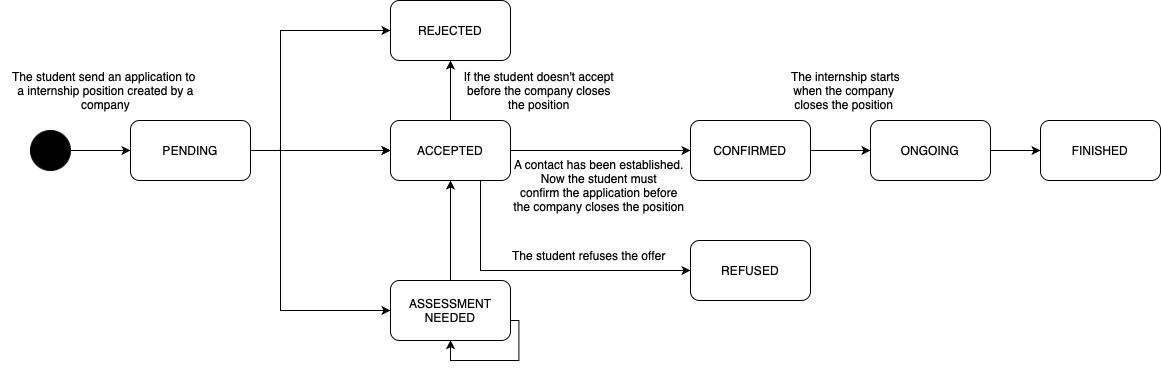
Before: RASD/Images/StudentPOV.png, a diagram exported from draw.io (edogriba/GribaldoRosa). Source tidied: cells renumbered, new cells last; positions are measured from the earlier drawing's top-left corner, leaving out a move shared by most shapes. Source of this version:
```xml
<mxGraphModel>
  <root>
    <mxCell id="0" />
    <mxCell id="1" parent="0" />
    <mxCell id="2" style="edgeStyle=orthogonalEdgeStyle;rounded=0;jettySize=auto;html=1;" parent="1" edge="1" source="5" target="12">
      <mxGeometry relative="1" as="geometry" />
    </mxCell>
    <mxCell id="3" style="edgeStyle=orthogonalEdgeStyle;rounded=0;jettySize=auto;html=1;" parent="1" edge="1" source="5" target="12">
      <mxGeometry relative="1" as="geometry" />
    </mxCell>
    <mxCell id="4" style="edgeStyle=orthogonalEdgeStyle;rounded=0;jettySize=auto;html=1;entryX=0;entryY=0.5;entryDx=0;entryDy=0;" parent="1" edge="1" source="5" target="13">
      <mxGeometry relative="1" as="geometry">
        <Array as="points">
          <mxPoint x="280" y="150" />
          <mxPoint x="280" y="30" />
        </Array>
      </mxGeometry>
    </mxCell>
    <mxCell id="5" value="PENDING" style="rounded=1;whiteSpace=wrap;html=1;" parent="1" vertex="1">
      <mxGeometry x="130" y="120" width="120" height="60" as="geometry" />
    </mxCell>
    <mxCell id="6" style="edgeStyle=orthogonalEdgeStyle;rounded=0;jettySize=auto;html=1;entryX=0.5;entryY=1;entryDx=0;entryDy=0;" parent="1" edge="1" source="8" target="12">
      <mxGeometry relative="1" as="geometry">
        <Array as="points">
          <mxPoint x="450" y="220" />
          <mxPoint x="450" y="220" />
        </Array>
      </mxGeometry>
    </mxCell>
    <mxCell id="7" style="edgeStyle=orthogonalEdgeStyle;rounded=0;orthogonalLoop=1;jettySize=auto;html=1;entryX=0.597;entryY=0.993;entryDx=0;entryDy=0;entryPerimeter=0;" parent="1" edge="1">
      <mxGeometry relative="1" as="geometry">
        <mxPoint x="498.4" y="320" as="sourcePoint" />
        <mxPoint x="450" y="339.6" as="targetPoint" />
        <Array as="points">
          <mxPoint x="518.4" y="320" />
          <mxPoint x="518.4" y="360" />
          <mxPoint x="450.4" y="360" />
        </Array>
      </mxGeometry>
    </mxCell>
    <mxCell id="8" value="ASSESSMENT NEEDED" style="rounded=1;whiteSpace=wrap;html=1;" parent="1" vertex="1">
      <mxGeometry x="390" y="280" width="120" height="60" as="geometry" />
    </mxCell>
    <mxCell id="9" style="edgeStyle=orthogonalEdgeStyle;rounded=0;jettySize=auto;html=1;" parent="1" edge="1" source="12" target="19">
      <mxGeometry relative="1" as="geometry" />
    </mxCell>
    <mxCell id="10" style="edgeStyle=orthogonalEdgeStyle;rounded=0;jettySize=auto;html=1;entryX=0.5;entryY=1;entryDx=0;entryDy=0;" parent="1" edge="1" source="12" target="13">
      <mxGeometry relative="1" as="geometry" />
    </mxCell>
    <mxCell id="11" style="edgeStyle=orthogonalEdgeStyle;rounded=0;jettySize=auto;html=1;exitX=0.75;exitY=1;exitDx=0;exitDy=0;entryX=0;entryY=0.5;entryDx=0;entryDy=0;" parent="1" edge="1" source="12" target="26">
      <mxGeometry relative="1" as="geometry" />
    </mxCell>
    <mxCell id="12" value="ACCEPTED" style="rounded=1;whiteSpace=wrap;html=1;" parent="1" vertex="1">
      <mxGeometry x="390" y="120" width="120" height="60" as="geometry" />
    </mxCell>
    <mxCell id="13" value="REJECTED" style="rounded=1;whiteSpace=wrap;html=1;" parent="1" vertex="1">
      <mxGeometry x="390" width="120" height="60" as="geometry" />
    </mxCell>
    <mxCell id="14" style="edgeStyle=orthogonalEdgeStyle;rounded=0;jettySize=auto;html=1;exitX=1;exitY=0.5;exitDx=0;exitDy=0;entryX=0;entryY=0.5;entryDx=0;entryDy=0;" parent="1" edge="1" source="15" target="5">
      <mxGeometry relative="1" as="geometry" />
    </mxCell>
    <mxCell id="15" style="ellipse;whiteSpace=wrap;html=1;fillColor=#000000;" parent="1" vertex="1">
      <mxGeometry x="30" y="130" width="40" height="40" as="geometry" />
    </mxCell>
    <mxCell id="16" style="edgeStyle=orthogonalEdgeStyle;rounded=0;jettySize=auto;html=1;entryX=0;entryY=0.5;entryDx=0;entryDy=0;" parent="1" edge="1" source="5" target="8">
      <mxGeometry relative="1" as="geometry">
        <Array as="points">
          <mxPoint x="280" y="150" />
          <mxPoint x="280" y="310" />
        </Array>
      </mxGeometry>
    </mxCell>
    <mxCell id="17" value="The student send an application to&amp;nbsp;&lt;div&gt;a internship position created by a&lt;/div&gt;&lt;div&gt;company&lt;/div&gt;" style="text;html=1;align=center;verticalAlign=middle;strokeColor=none;fillColor=none;" parent="1" vertex="1">
      <mxGeometry y="60" width="210" height="60" as="geometry" />
    </mxCell>
    <mxCell id="18" style="edgeStyle=orthogonalEdgeStyle;rounded=0;jettySize=auto;html=1;" parent="1" edge="1" source="19" target="21">
      <mxGeometry relative="1" as="geometry" />
    </mxCell>
    <mxCell id="19" value="CONFIRMED" style="whiteSpace=wrap;html=1;rounded=1;" parent="1" vertex="1">
      <mxGeometry x="690" y="120" width="120" height="60" as="geometry" />
    </mxCell>
    <mxCell id="20" style="edgeStyle=orthogonalEdgeStyle;rounded=0;jettySize=auto;html=1;" parent="1" edge="1" source="21" target="22">
      <mxGeometry relative="1" as="geometry" />
    </mxCell>
    <mxCell id="21" value="ONGOING" style="rounded=1;whiteSpace=wrap;html=1;" parent="1" vertex="1">
      <mxGeometry x="870" y="120" width="120" height="60" as="geometry" />
    </mxCell>
    <mxCell id="22" value="FINISHED" style="rounded=1;whiteSpace=wrap;html=1;" parent="1" vertex="1">
      <mxGeometry x="1040" y="120" width="120" height="60" as="geometry" />
    </mxCell>
    <mxCell id="23" value="A contact has been established.&amp;nbsp;&lt;div&gt;Now the student must&amp;nbsp;&lt;/div&gt;&lt;div&gt;confirm the application before&amp;nbsp;&lt;/div&gt;&lt;div&gt;the company closes the position&amp;nbsp;&lt;br&gt;&lt;/div&gt;" style="text;html=1;align=center;verticalAlign=middle;strokeColor=none;fillColor=none;" parent="1" vertex="1">
      <mxGeometry x="500" y="150" width="200" height="70" as="geometry" />
    </mxCell>
    <mxCell id="24" value="The internship starts&lt;div&gt;when the company&amp;nbsp;&lt;/div&gt;&lt;div&gt;closes the position&amp;nbsp;&lt;/div&gt;" style="text;html=1;align=center;verticalAlign=middle;strokeColor=none;fillColor=none;" parent="1" vertex="1">
      <mxGeometry x="780" y="60" width="130" height="60" as="geometry" />
    </mxCell>
    <mxCell id="25" value="If the student doesn't accept&amp;nbsp;&lt;div&gt;before the company closes&amp;nbsp;&lt;/div&gt;&lt;div&gt;the position&amp;nbsp;&lt;/div&gt;" style="text;html=1;align=center;verticalAlign=middle;strokeColor=none;fillColor=none;" parent="1" vertex="1">
      <mxGeometry x="450" y="60" width="180" height="60" as="geometry" />
    </mxCell>
    <mxCell id="26" value="REFUSED" style="rounded=1;whiteSpace=wrap;html=1;" parent="1" vertex="1">
      <mxGeometry x="690" y="240" width="120" height="60" as="geometry" />
    </mxCell>
    <mxCell id="27" value="The student refuses the offer&amp;nbsp;" style="text;html=1;align=center;verticalAlign=middle;strokeColor=none;fillColor=none;" parent="1" vertex="1">
      <mxGeometry x="500" y="240" width="180" height="30" as="geometry" />
    </mxCell>
  </root>
</mxGraphModel>
```
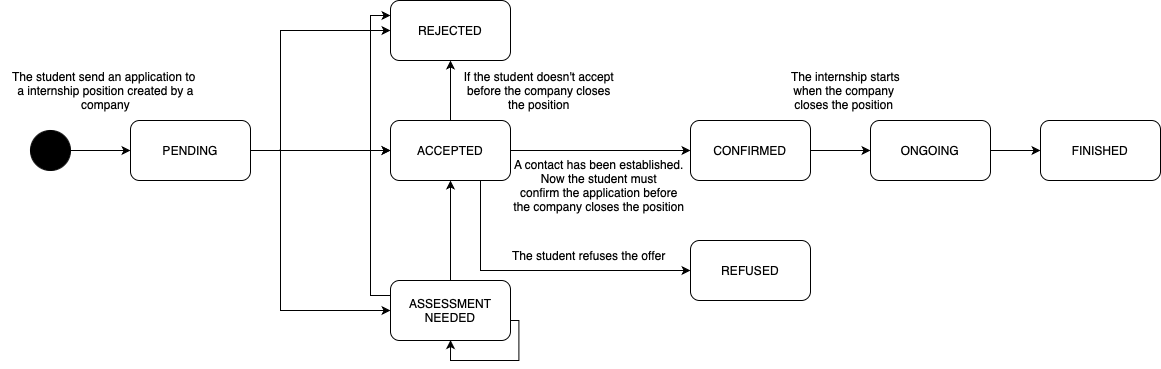
Above is the later version.

Commit message:
E: Created Requirements, Created More Use Cases ( Forgot to push yesterday)

Diff of the diagram source:
```diff
@@ -38,6 +38,9 @@
         </Array>
       </mxGeometry>
     </mxCell>
+    <mxCell id="28" style="edgeStyle=orthogonalEdgeStyle;rounded=0;jettySize=auto;html=1;exitX=0;exitY=0.25;exitDx=0;exitDy=0;entryX=0;entryY=0.25;entryDx=0;entryDy=0;" parent="1" edge="1" source="8" target="13">
+      <mxGeometry relative="1" as="geometry" />
+    </mxCell>
     <mxCell id="8" value="ASSESSMENT NEEDED" style="rounded=1;whiteSpace=wrap;html=1;" parent="1" vertex="1">
       <mxGeometry x="390" y="280" width="120" height="60" as="geometry" />
     </mxCell>
```
